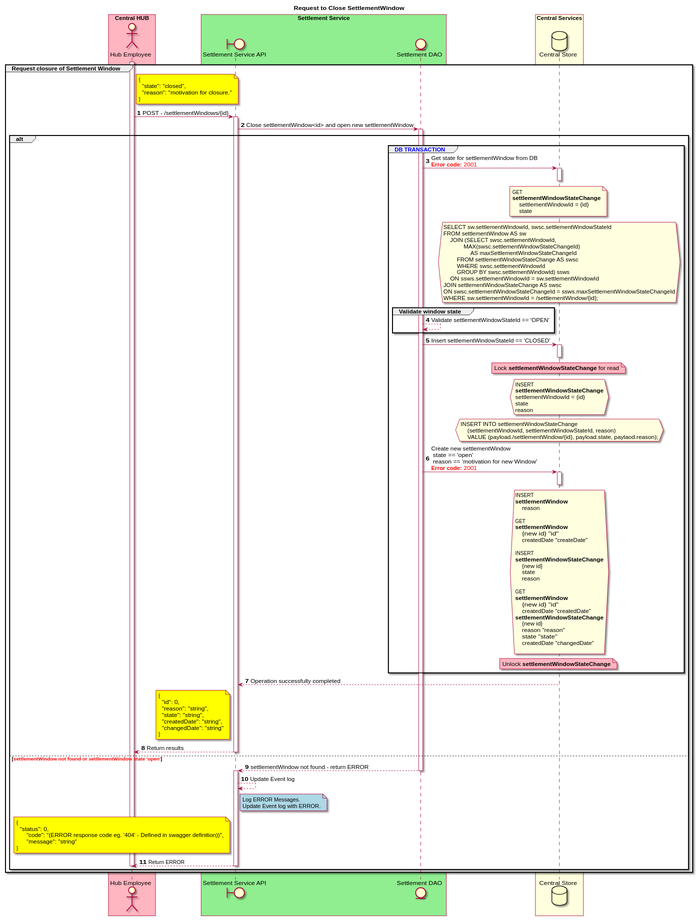
HenkKodde/docs keeps this PlantUML diagram as CentralServices/seq_diagrams/seq-settleWindow-6.1.2.svg. Above is the earlier version. The source it was exported from:
```plantuml
@startuml
title Request to Close SettlementWindow

autonumber

actor "Hub Employee" as OPERATOR

boundary "Settlement Service API" as SSAPI
entity "Settlement DAO" as SETTLE_DAO

database "Central Store" as DB

box "Central HUB" #LightPink
    participant OPERATOR
end box

box "Settlement Service" #LightGreen
    participant SSAPI
    participant SETTLE_DAO
end box

box "Central Services" #LightYellow
    participant DB
end box

group Request closure of Settlement Window
    activate OPERATOR
    note right of OPERATOR #Yellow
        {
          "state": "closed",
          "reason": "motivation for closure."
        }
    end note
    OPERATOR -> SSAPI: POST - /settlementWindows/{id}
    activate SSAPI
    SSAPI -> SETTLE_DAO: Close settlementWindow<id> and open new settlementWindow
    activate SETTLE_DAO
    alt
        group <color #blue>DB TRANSACTION</color>
            SETTLE_DAO -> DB: Get state for settlementWindow from DB \n<color #FF0000><b>Error code:</b> 2001</color>
            activate DB
            note over DB #LightYellow
                GET
                **settlementWindowStateChange**
                    settlementWindowId = {id}
                    state
            end note
            hnote over DB #LightYellow
                SELECT sw.settlementWindowId, swsc.settlementWindowStateId
                FROM settlementWindow AS sw
                    JOIN (SELECT swsc.settlementWindowId,
                            MAX(swsc.settlementWindowStateChangeId)
                                AS maxSettlementWindowStateChangeId
                        FROM settlementWindowStateChange AS swsc
                        WHERE swsc.settlementWindowId
                        GROUP BY swsc.settlementWindowId) ssws
                    ON ssws.settlementWindowId = sw.settlementWindowId
                JOIN settlementWindowStateChange AS swsc
                ON swsc.settlementWindowStateChangeId = ssws.maxSettlementWindowStateChangeId
                WHERE sw.settlementWindowId = /settlementWindow/{id};
            end hnote
            deactivate DB
            group Validate window state
                SETTLE_DAO <--> SETTLE_DAO: Validate settlementWindowStateId == 'OPEN'
            end
            SETTLE_DAO -> DB: Insert settlementWindowStateId == 'CLOSED'
            note over DB #Lightpink
                Lock **settlementWindowStateChange** for read
            end note
            activate DB
            hnote over DB #LightYellow
                INSERT
                **settlementWindowStateChange**
                settlementWindowId = {id}
                state
                reason
            end hnote
            hnote over DB #LightYellow
                INSERT INTO settlementWindowStateChange
                    (settlementWindowId, settlementWindowStateId, reason)
                    VALUE (payload./settlementWindow/{id}, payload.state, paylaod.reason);
            end hnote
            deactivate DB
            SETTLE_DAO -> DB: Create new settlementWindow \n state == 'open'\n reason == 'motivation for new Window' \n<color #FF0000><b>Error code:</b> 2001</color>
            activate DB
            hnote over DB #LightYellow
                INSERT
                **settlementWindow**
                    reason

                GET
                **settlementWindow**
                    {new id}    "id"
                    createdDate "createDate"

                INSERT
                **settlementWindowStateChange**
                    {new id}
                    state
                    reason

                GET
                **settlementWindow**
                    {new id}    "id"
                    createdDate "createdDate"
                **settlementWindowStateChange**
                    {new id}
                    reason  "reason"
                    state   "state"
                    createdDate "changedDate"

            end hnote
            deactivate DB
            note over DB #Lightpink
            Unlock **settlementWindowStateChange**
            end note
        end
        SSAPI <-- DB: Operation successfully completed
        note left of SSAPI #Yellow
        {
          "id": 0,
          "reason": "string",
          "state": "string",
          "createdDate": "string",
          "changedDate": "string"
        }
        end note
        OPERATOR <-- SSAPI: Return results
        deactivate SSAPI
    else <color #FF0000><b>settlementWindow not found or settlementWindow state 'open'</b></color>

        SSAPI <-- SETTLE_DAO: settlementWindow not found - return ERROR
        deactivate SETTLE_DAO
        activate SSAPI
        SSAPI --> SSAPI: Update Event log
        note right of SSAPI #LightBlue
        Log ERROR Messages.
        Update Event log with ERROR.
        end note
        note left of SSAPI #Yellow
        {
          "status": 0,
              "code": "(ERROR response code eg. '404' - Defined in swagger definition))",
              "message": "string"
        }
        end note
        OPERATOR <-- SSAPI: Return ERROR
        deactivate SSAPI
        deactivate OPERATOR
    end
end
@enduml
```
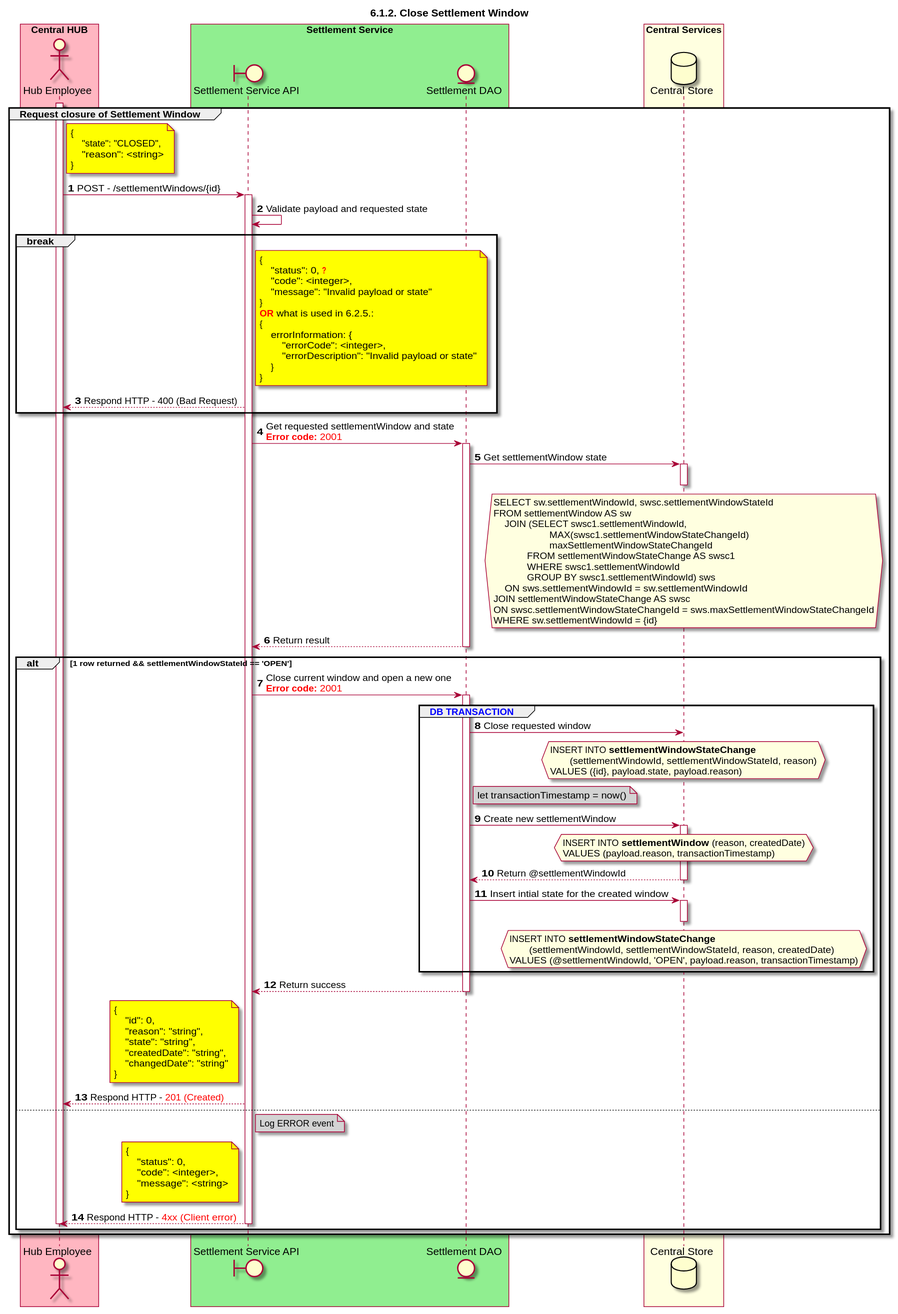
After the change.

Commit message:
6.1.2. Review w/ corrections

The edit, as a diff of the source:
```diff
@@ -1,13 +1,11 @@
 @startuml
-title Request to Close SettlementWindow
+title 6.1.2. Close Settlement Window
 
 autonumber
 
 actor "Hub Employee" as OPERATOR
-
 boundary "Settlement Service API" as SSAPI
 entity "Settlement DAO" as SETTLE_DAO
-
 database "Central Store" as DB
 
 box "Central HUB" #LightPink
@@ -27,124 +25,113 @@
     activate OPERATOR
     note right of OPERATOR #Yellow
         {
-          "state": "closed",
-          "reason": "motivation for closure."
+            "state": "CLOSED",
+            "reason": <string>
         }
     end note
+
     OPERATOR -> SSAPI: POST - /settlementWindows/{id}
     activate SSAPI
-    SSAPI -> SETTLE_DAO: Close settlementWindow<id> and open new settlementWindow
+    SSAPI -> SSAPI: Validate payload and requested state
+    break
+        note right of SSAPI #yellow
+            {
+                "status": 0, <color #FF0000>**?**</color>
+                "code": <integer>,
+                "message": "Invalid payload or state"
+            }
+            <color #FF0000>**OR**</color> what is used in 6.2.5.:
+            {
+                errorInformation: {
+                    "errorCode": <integer>,
+                    "errorDescription": "Invalid payload or state"
+                }
+            }
+        end note
+        OPERATOR <-- SSAPI: Respond HTTP - 400 (Bad Request)
+    end
+    SSAPI -> SETTLE_DAO: Get requested settlementWindow and state\n<color #FF0000><b>Error code:</b> 2001</color>
     activate SETTLE_DAO
-    alt
+    SETTLE_DAO -> DB: Get settlementWindow state
+    activate DB
+    hnote over DB #lightyellow
+        SELECT sw.settlementWindowId, swsc.settlementWindowStateId
+        FROM settlementWindow AS sw
+            JOIN (SELECT swsc1.settlementWindowId,
+                            MAX(swsc1.settlementWindowStateChangeId)
+                            maxSettlementWindowStateChangeId
+                    FROM settlementWindowStateChange AS swsc1
+                    WHERE swsc1.settlementWindowId
+                    GROUP BY swsc1.settlementWindowId) sws
+            ON sws.settlementWindowId = sw.settlementWindowId
+        JOIN settlementWindowStateChange AS swsc
+        ON swsc.settlementWindowStateChangeId = sws.maxSettlementWindowStateChangeId
+        WHERE sw.settlementWindowId = {id}
+    end hnote
+    deactivate DB
+    SETTLE_DAO --> SSAPI: Return result
+    deactivate SETTLE_DAO
+
+    alt 1 row returned && settlementWindowStateId == 'OPEN'
+        SSAPI -> SETTLE_DAO: Close current window and open a new one\n<color #FF0000><b>Error code:</b> 2001</color>
+        activate SETTLE_DAO
         group <color #blue>DB TRANSACTION</color>
-            SETTLE_DAO -> DB: Get state for settlementWindow from DB \n<color #FF0000><b>Error code:</b> 2001</color>
-            activate DB
-            note over DB #LightYellow
-                GET
-                **settlementWindowStateChange**
-                    settlementWindowId = {id}
-                    state
-            end note
+            SETTLE_DAO -> DB: Close requested window
             hnote over DB #LightYellow
-                SELECT sw.settlementWindowId, swsc.settlementWindowStateId
-                FROM settlementWindow AS sw
-                    JOIN (SELECT swsc.settlementWindowId,
-                            MAX(swsc.settlementWindowStateChangeId)
-                                AS maxSettlementWindowStateChangeId
-                        FROM settlementWindowStateChange AS swsc
-                        WHERE swsc.settlementWindowId
-                        GROUP BY swsc.settlementWindowId) ssws
-                    ON ssws.settlementWindowId = sw.settlementWindowId
-                JOIN settlementWindowStateChange AS swsc
-                ON swsc.settlementWindowStateChangeId = ssws.maxSettlementWindowStateChangeId
-                WHERE sw.settlementWindowId = /settlementWindow/{id};
+                INSERT INTO **settlementWindowStateChange**
+                       (settlementWindowId, settlementWindowStateId, reason)
+                VALUES ({id}, payload.state, payload.reason)
             end hnote
             deactivate DB
-            group Validate window state
-                SETTLE_DAO <--> SETTLE_DAO: Validate settlementWindowStateId == 'OPEN'
-            end
-            SETTLE_DAO -> DB: Insert settlementWindowStateId == 'CLOSED'
-            note over DB #Lightpink
-                Lock **settlementWindowStateChange** for read
+
+            note right of SETTLE_DAO #lightgray
+                let transactionTimestamp = now()
             end note
+
+            SETTLE_DAO -> DB: Create new settlementWindow
             activate DB
-            hnote over DB #LightYellow
-                INSERT
-                **settlementWindowStateChange**
-                settlementWindowId = {id}
-                state
-                reason
-            end hnote
-            hnote over DB #LightYellow
-                INSERT INTO settlementWindowStateChange
-                    (settlementWindowId, settlementWindowStateId, reason)
-                    VALUE (payload./settlementWindow/{id}, payload.state, paylaod.reason);
-            end hnote
+            hnote over DB #lightyellow
+                INSERT INTO **settlementWindow** (reason, createdDate)
+                VALUES (payload.reason, transactionTimestamp)
+            end note
+            SETTLE_DAO <-- DB: Return @settlementWindowId
             deactivate DB
-            SETTLE_DAO -> DB: Create new settlementWindow \n state == 'open'\n reason == 'motivation for new Window' \n<color #FF0000><b>Error code:</b> 2001</color>
+
+            SETTLE_DAO -> DB: Insert intial state for the created window
             activate DB
-            hnote over DB #LightYellow
-                INSERT
-                **settlementWindow**
-                    reason
+            hnote over DB #lightyellow
+                INSERT INTO **settlementWindowStateChange**
+                       (settlementWindowId, settlementWindowStateId, reason, createdDate)
+                VALUES (@settlementWindowId, 'OPEN', payload.reason, transactionTimestamp)
+            end note
+            deactivate DB
+            deactivate DB
+        end
+        SSAPI <-- SETTLE_DAO: Return success
+        deactivate SETTLE_DAO
 
-                GET
-                **settlementWindow**
-                    {new id}    "id"
-                    createdDate "createDate"
-
-                INSERT
-                **settlementWindowStateChange**
-                    {new id}
-                    state
-                    reason
-
-                GET
-                **settlementWindow**
-                    {new id}    "id"
-                    createdDate "createdDate"
-                **settlementWindowStateChange**
-                    {new id}
-                    reason  "reason"
-                    state   "state"
-                    createdDate "changedDate"
-
-            end hnote
-            deactivate DB
-            note over DB #Lightpink
-            Unlock **settlementWindowStateChange**
-            end note
-        end
-        SSAPI <-- DB: Operation successfully completed
-        note left of SSAPI #Yellow
-        {
-          "id": 0,
-          "reason": "string",
-          "state": "string",
-          "createdDate": "string",
-          "changedDate": "string"
-        }
+        note left of SSAPI #yellow
+            {
+                "id": 0,
+                "reason": "string",
+                "state": "string",
+                "createdDate": "string",
+                "changedDate": "string"
+            }
         end note
-        OPERATOR <-- SSAPI: Return results
-        deactivate SSAPI
-    else <color #FF0000><b>settlementWindow not found or settlementWindow state 'open'</b></color>
-
-        SSAPI <-- SETTLE_DAO: settlementWindow not found - return ERROR
-        deactivate SETTLE_DAO
-        activate SSAPI
-        SSAPI --> SSAPI: Update Event log
-        note right of SSAPI #LightBlue
-        Log ERROR Messages.
-        Update Event log with ERROR.
+        OPERATOR <-- SSAPI: Respond HTTP - <color #FF0000>201 (Created)</color>
+    else
+        note right of SSAPI #lightgray
+            Log ERROR event
         end note
-        note left of SSAPI #Yellow
-        {
-          "status": 0,
-              "code": "(ERROR response code eg. '404' - Defined in swagger definition))",
-              "message": "string"
-        }
+        note left of SSAPI #yellow
+            {
+                "status": 0,
+                "code": <integer>,
+                "message": <string>
+            }
         end note
-        OPERATOR <-- SSAPI: Return ERROR
+        OPERATOR <-- SSAPI: Respond HTTP - <color #FF0000>4xx (Client error)</color>
         deactivate SSAPI
         deactivate OPERATOR
     end
```
